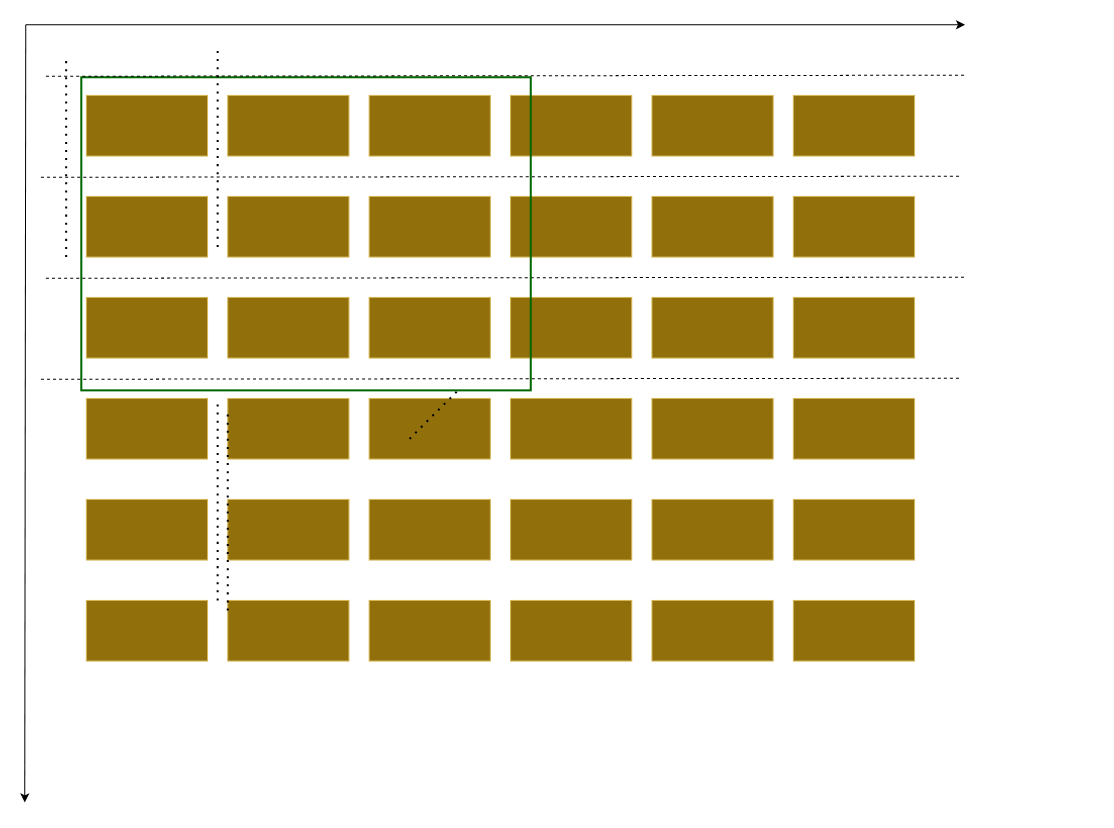
Above: 未命名绘图.drawio in guyyoulove/DrawToolsWPF (draw.io), before the change. Source tidied: cells renumbered, new cells numbered last; positions are measured from the earlier drawing's top-left corner, leaving out a move shared by most shapes. Both pictures are drawn from the tidied source at 101%, with x=0, y=0 at pixel (24, 24).
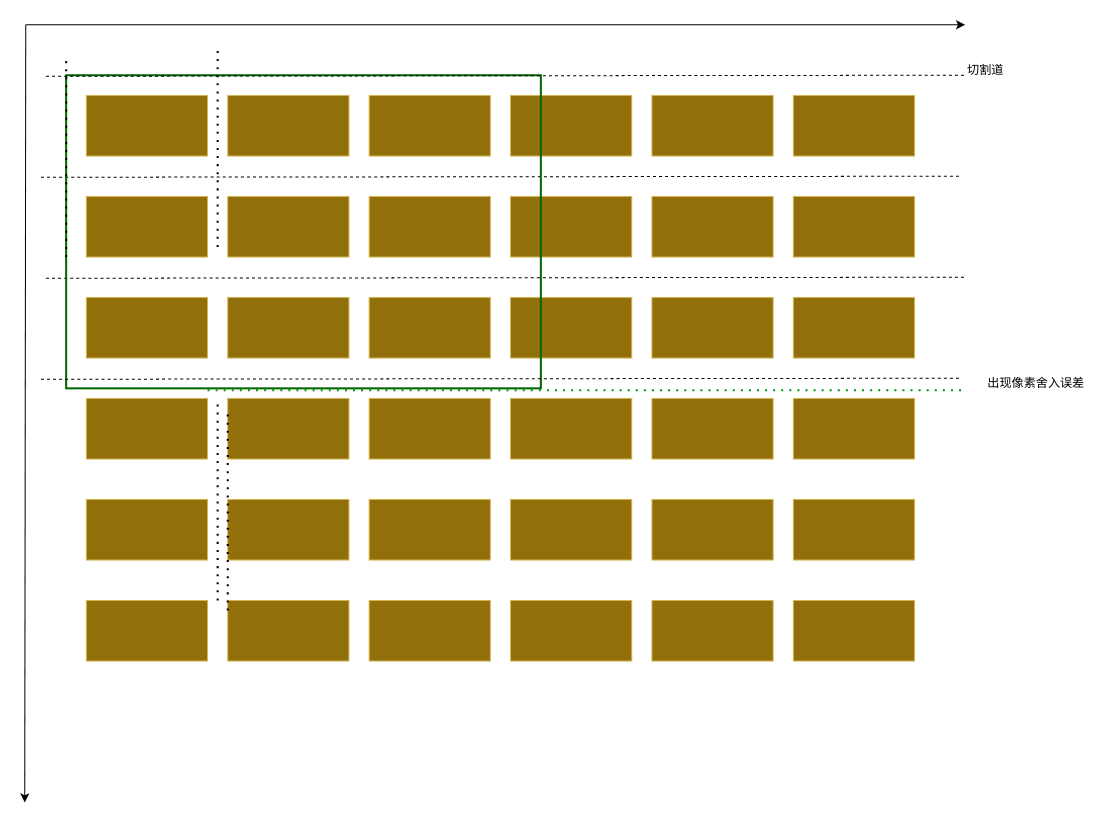
After the change.

Commit message:
更新未命名绘图.drawio

Change to the diagram source:
```diff
@@
     <mxCell id="49" style="rounded=0;whiteSpace=wrap;html=1;strokeWidth=2;strokeColor=#006600;fillColor=none;" parent="1" vertex="1">
-      <mxGeometry x="56" y="52" width="445" height="310" as="geometry" />
+      <mxGeometry x="41" y="50" width="470" height="310" as="geometry" />
     </mxCell>
@@
-    <mxCell id="52" style="endArrow=none;dashed=1;html=1;dashPattern=1 3;strokeWidth=2;rounded=0;" parent="1" edge="1">
-      <mxGeometry relative="1" as="geometry">
-        <mxPoint x="381" y="410" as="sourcePoint" />
-        <mxPoint x="431" y="360" as="targetPoint" />
-      </mxGeometry>
-    </mxCell>
@@
+    <mxCell id="57" value="切割道" style="text;html=1;align=center;verticalAlign=middle;strokeColor=none;fillColor=none;" parent="1" vertex="1">
+      <mxGeometry x="921" y="30" width="60" height="30" as="geometry" />
+    </mxCell>
+    <mxCell id="58" style="endArrow=none;dashed=1;html=1;dashPattern=1 3;strokeWidth=2;rounded=0;fillColor=#d80073;strokeColor=#009900;" parent="1" edge="1">
+      <mxGeometry relative="1" as="geometry">
+        <mxPoint x="181" y="362" as="sourcePoint" />
+        <mxPoint x="931" y="362" as="targetPoint" />
+      </mxGeometry>
+    </mxCell>
+    <mxCell id="59" value="出现像素舍入误差" style="text;html=1;align=center;verticalAlign=middle;strokeColor=none;fillColor=none;" parent="1" vertex="1">
+      <mxGeometry x="941" y="340" width="120" height="30" as="geometry" />
+    </mxCell>
```
